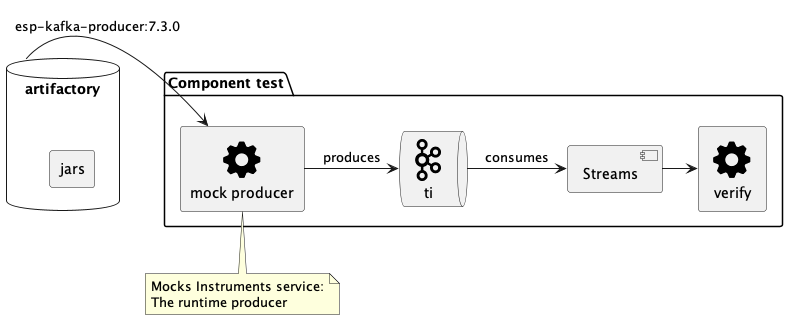
Earlier version of the PlantUML export images/src/main/plantuml/consumer-component-test.png (vspiliop/kafka-contract-test-producer). The source it was exported from:
```plantuml
@startuml
!include ./sprites.puml

package "Component test" {
  rectangle "mock producer" <<$cog>> as tp
  queue ti <<$kafka>>
  [Streams]
  rectangle verify <<$cog>>
}

note bottom of tp
  Mocks Instruments service:
  The runtime producer
end note

database artifactory as ar {
 rectangle jars
}

ar -> tp: esp-kafka-producer:7.3.0

tp -right-> ti: produces
ti -> [Streams]: consumes
[Streams] -> verify

@enduml
```
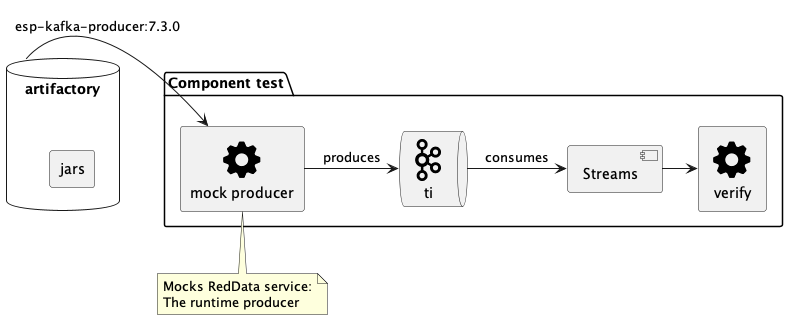
After the change.

Change to the diagram source:
```diff
@@ -9,7 +9,7 @@
 }
 
 note bottom of tp
-  Mocks Instruments service:
+  Mocks RedData service:
   The runtime producer
 end note
 
```
